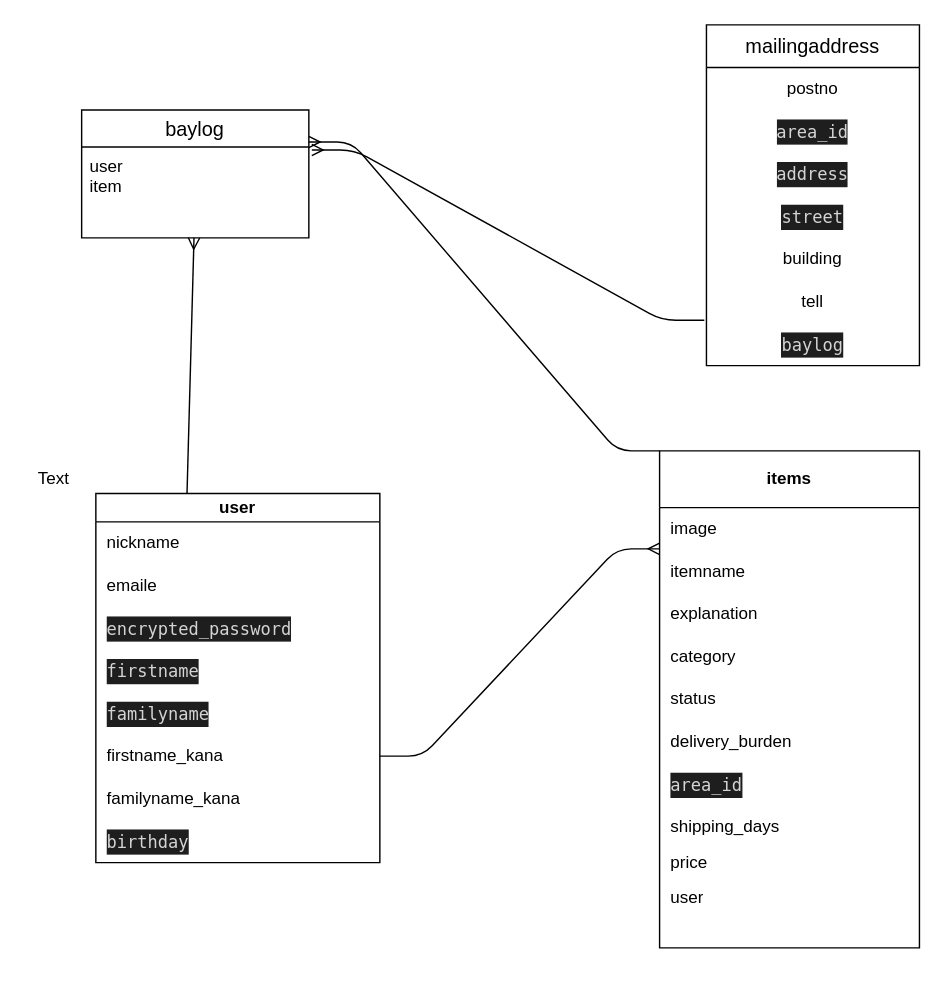
Earlier version of the draw.io diagram page "ページ1" (1 of 2) of furima.dio (Yuriman123/furima-32392). Source tidied: cells renumbered, new cells numbered last; positions are measured from the earlier drawing's top-left corner, leaving out a move shared by most shapes. Both pictures are drawn from the tidied source at 142%, with x=0, y=0 at pixel (24, 24).
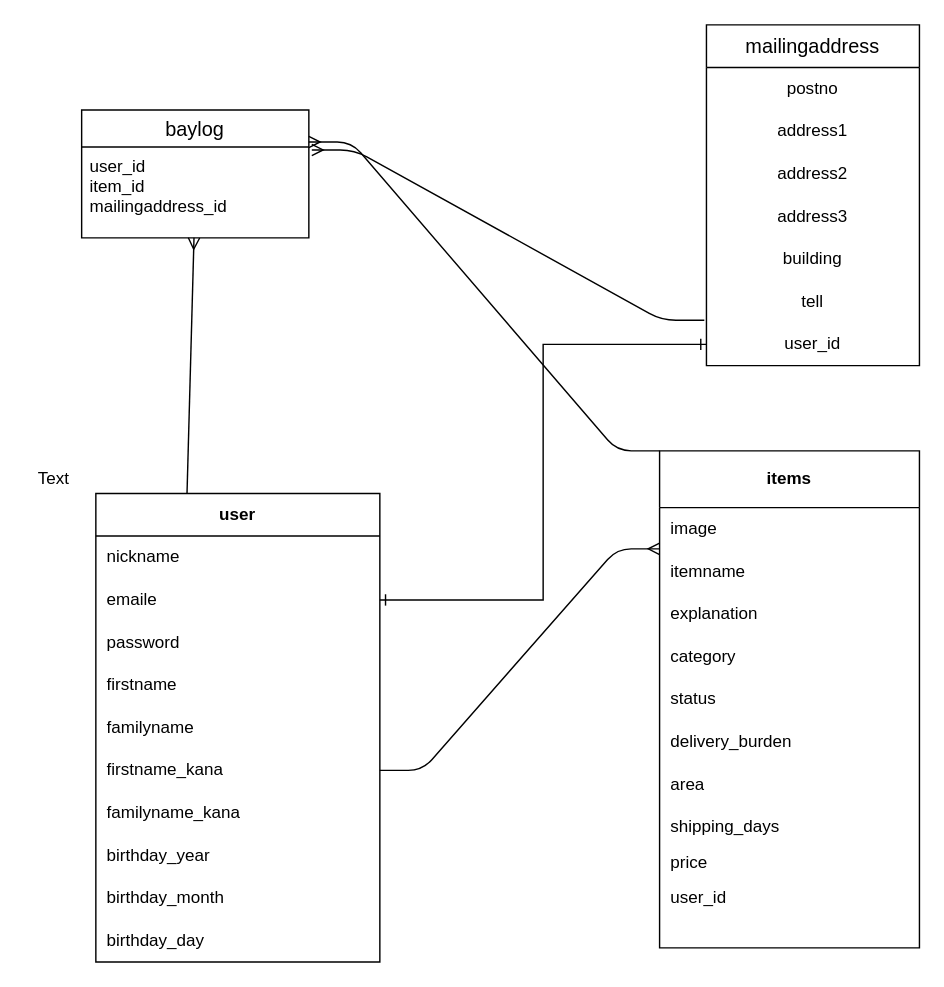
After the change.

Unchanged cells that the change refers to:
```xml
<mxCell id="15" style="shape=partialRectangle;html=1;whiteSpace=wrap;fillColor=none;top=0;left=0;bottom=0;right=0;" parent="2" vertex="1">
  <mxGeometry y="220" width="183" height="30" as="geometry" />
</mxCell>
<mxCell id="21" style="shape=partialRectangle;html=1;whiteSpace=wrap;fillColor=none;top=0;left=0;bottom=0;right=0;" parent="2" vertex="1">
  <mxGeometry y="300" width="183" height="30" as="geometry" />
</mxCell>
<mxCell id="40" value="baylog" style="swimlane;fontStyle=0;horizontal=1;startSize=26;align=center;fontSize=14;" parent="1" vertex="1">
  <mxGeometry x="40" y="60" width="160" height="90" as="geometry" />
</mxCell>
<mxCell id="45" style="shape=partialRectangle;html=1;whiteSpace=wrap;fillColor=none;top=0;left=0;bottom=0;right=0;" parent="42" vertex="1">
  <mxGeometry y="60" width="150" height="30" as="geometry" />
</mxCell>
<mxCell id="47" style="shape=partialRectangle;html=1;whiteSpace=wrap;fillColor=none;top=0;left=0;bottom=0;right=0;" parent="42" vertex="1">
  <mxGeometry y="90" width="150" height="30" as="geometry" />
</mxCell>
<mxCell id="49" style="shape=partialRectangle;html=1;whiteSpace=wrap;fillColor=none;top=0;left=0;bottom=0;right=0;" parent="42" vertex="1">
  <mxGeometry y="120" width="150" height="30" as="geometry" />
</mxCell>
<mxCell id="55" style="shape=partialRectangle;html=1;whiteSpace=wrap;fillColor=none;top=0;left=0;bottom=0;right=0;points=[[0,0.5],[1,0.5]];portConstraint=eastwest;" parent="42" vertex="1">
  <mxGeometry y="210" width="150" height="30" as="geometry" />
</mxCell>
```

What changed in the source:
```diff
@@
-    <mxCell id="16" value="&lt;div style=&quot;color: rgb(212 , 212 , 212) ; background-color: rgb(30 , 30 , 30) ; font-family: &amp;#34;menlo&amp;#34; , &amp;#34;monaco&amp;#34; , &amp;#34;courier new&amp;#34; , monospace ; line-height: 18px&quot;&gt;area_id&lt;/div&gt;" style="shape=partialRectangle;html=1;whiteSpace=wrap;fillColor=none;top=0;left=0;bottom=0;right=0;align=left;spacingLeft=6;overflow=hidden;" parent="15" vertex="1">
+    <mxCell id="16" value="area" style="shape=partialRectangle;html=1;whiteSpace=wrap;fillColor=none;top=0;left=0;bottom=0;right=0;align=left;spacingLeft=6;overflow=hidden;" parent="15" vertex="1">
       <mxGeometry width="183" height="30" as="geometry" />
     </mxCell>
@@
-    <mxCell id="22" value="user" style="shape=partialRectangle;html=1;whiteSpace=wrap;fillColor=none;top=0;left=0;bottom=0;right=0;align=left;spacingLeft=6;overflow=hidden;" parent="21" vertex="1">
+    <mxCell id="22" value="user_id" style="shape=partialRectangle;html=1;whiteSpace=wrap;fillColor=none;top=0;left=0;bottom=0;right=0;align=left;spacingLeft=6;overflow=hidden;" parent="21" vertex="1">
       <mxGeometry width="183" height="30" as="geometry" />
     </mxCell>
-    <mxCell id="23" value="user" style="shape=table;html=1;whiteSpace=wrap;startSize=20;childLayout=tableLayout;rowLines=0;fontStyle=1;align=center;" parent="1" vertex="1">
-      <mxGeometry x="50" y="330" width="200" height="260" as="geometry" />
+    <mxCell id="23" value="user" style="shape=table;html=1;whiteSpace=wrap;startSize=30;childLayout=tableLayout;rowLines=0;fontStyle=1;align=center;" parent="1" vertex="1">
+      <mxGeometry x="50" y="330" width="200" height="330" as="geometry" />
     </mxCell>
     <mxCell id="24" style="shape=partialRectangle;html=1;whiteSpace=wrap;fillColor=none;top=0;left=0;bottom=0;right=0;" parent="23" vertex="1">
-      <mxGeometry y="20" width="200" height="30" as="geometry" />
+      <mxGeometry y="30" width="200" height="30" as="geometry" />
     </mxCell>
@@
     <mxCell id="26" style="shape=partialRectangle;html=1;whiteSpace=wrap;fillColor=none;top=0;left=0;bottom=0;right=0;points=[[0,0.5],[1,0.5]];portConstraint=eastwest;" parent="23" vertex="1">
-      <mxGeometry y="50" width="200" height="30" as="geometry" />
+      <mxGeometry y="60" width="200" height="30" as="geometry" />
     </mxCell>
@@
     <mxCell id="28" style="shape=partialRectangle;html=1;whiteSpace=wrap;fillColor=none;top=0;left=0;bottom=0;right=0;" parent="23" vertex="1">
-      <mxGeometry y="80" width="200" height="30" as="geometry" />
+      <mxGeometry y="90" width="200" height="30" as="geometry" />
     </mxCell>
-    <mxCell id="29" value="&lt;div style=&quot;color: rgb(212 , 212 , 212) ; background-color: rgb(30 , 30 , 30) ; font-family: &amp;#34;menlo&amp;#34; , &amp;#34;monaco&amp;#34; , &amp;#34;courier new&amp;#34; , monospace ; line-height: 18px&quot;&gt; encrypted_password&lt;/div&gt;" style="shape=partialRectangle;html=1;whiteSpace=wrap;fillColor=none;top=0;left=0;bottom=0;right=0;align=left;spacingLeft=6;overflow=hidden;" parent="28" vertex="1">
+    <mxCell id="29" value="password" style="shape=partialRectangle;html=1;whiteSpace=wrap;fillColor=none;top=0;left=0;bottom=0;right=0;align=left;spacingLeft=6;overflow=hidden;" parent="28" vertex="1">
       <mxGeometry width="200" height="30" as="geometry" />
     </mxCell>
     <mxCell id="30" style="shape=partialRectangle;html=1;whiteSpace=wrap;fillColor=none;top=0;left=0;bottom=0;right=0;" parent="23" vertex="1">
-      <mxGeometry y="110" width="200" height="30" as="geometry" />
+      <mxGeometry y="120" width="200" height="30" as="geometry" />
     </mxCell>
-    <mxCell id="31" value="&lt;div style=&quot;color: rgb(212 , 212 , 212) ; background-color: rgb(30 , 30 , 30) ; font-family: &amp;#34;menlo&amp;#34; , &amp;#34;monaco&amp;#34; , &amp;#34;courier new&amp;#34; , monospace ; line-height: 18px&quot;&gt;firstname&lt;/div&gt;" style="shape=partialRectangle;html=1;whiteSpace=wrap;fillColor=none;top=0;left=0;bottom=0;right=0;align=left;spacingLeft=6;overflow=hidden;" parent="30" vertex="1">
+    <mxCell id="31" value="firstname" style="shape=partialRectangle;html=1;whiteSpace=wrap;fillColor=none;top=0;left=0;bottom=0;right=0;align=left;spacingLeft=6;overflow=hidden;" parent="30" vertex="1">
       <mxGeometry width="200" height="30" as="geometry" />
     </mxCell>
     <mxCell id="32" style="shape=partialRectangle;html=1;whiteSpace=wrap;fillColor=none;top=0;left=0;bottom=0;right=0;" parent="23" vertex="1">
-      <mxGeometry y="140" width="200" height="30" as="geometry" />
+      <mxGeometry y="150" width="200" height="30" as="geometry" />
     </mxCell>
-    <mxCell id="33" value="&lt;div style=&quot;color: rgb(212 , 212 , 212) ; background-color: rgb(30 , 30 , 30) ; font-family: &amp;#34;menlo&amp;#34; , &amp;#34;monaco&amp;#34; , &amp;#34;courier new&amp;#34; , monospace ; line-height: 18px&quot;&gt;familyname&lt;/div&gt;" style="shape=partialRectangle;html=1;whiteSpace=wrap;fillColor=none;top=0;left=0;bottom=0;right=0;align=left;spacingLeft=6;overflow=hidden;" parent="32" vertex="1">
+    <mxCell id="33" value="familyname" style="shape=partialRectangle;html=1;whiteSpace=wrap;fillColor=none;top=0;left=0;bottom=0;right=0;align=left;spacingLeft=6;overflow=hidden;" parent="32" vertex="1">
       <mxGeometry width="200" height="30" as="geometry" />
     </mxCell>
     <mxCell id="34" style="shape=partialRectangle;html=1;whiteSpace=wrap;fillColor=none;top=0;left=0;bottom=0;right=0;points=[[0,0.5],[1,0.5]];portConstraint=eastwest;" parent="23" vertex="1">
-      <mxGeometry y="170" width="200" height="30" as="geometry" />
+      <mxGeometry y="180" width="200" height="30" as="geometry" />
     </mxCell>
@@
     <mxCell id="36" style="shape=partialRectangle;html=1;whiteSpace=wrap;fillColor=none;top=0;left=0;bottom=0;right=0;" parent="23" vertex="1">
-      <mxGeometry y="200" width="200" height="30" as="geometry" />
+      <mxGeometry y="210" width="200" height="30" as="geometry" />
     </mxCell>
@@
     <mxCell id="38" style="shape=partialRectangle;html=1;whiteSpace=wrap;fillColor=none;top=0;left=0;bottom=0;right=0;" parent="23" vertex="1">
-      <mxGeometry y="230" width="200" height="30" as="geometry" />
+      <mxGeometry y="240" width="200" height="30" as="geometry" />
     </mxCell>
-    <mxCell id="39" value="&lt;div style=&quot;color: rgb(212 , 212 , 212) ; background-color: rgb(30 , 30 , 30) ; font-family: &amp;#34;menlo&amp;#34; , &amp;#34;monaco&amp;#34; , &amp;#34;courier new&amp;#34; , monospace ; line-height: 18px&quot;&gt;birthday &lt;/div&gt;" style="shape=partialRectangle;html=1;whiteSpace=wrap;fillColor=none;top=0;left=0;bottom=0;right=0;align=left;spacingLeft=6;overflow=hidden;" parent="38" vertex="1">
+    <mxCell id="39" value="birthday_year" style="shape=partialRectangle;html=1;whiteSpace=wrap;fillColor=none;top=0;left=0;bottom=0;right=0;align=left;spacingLeft=6;overflow=hidden;" parent="38" vertex="1">
       <mxGeometry width="200" height="30" as="geometry" />
     </mxCell>
+    <mxCell id="62" style="shape=partialRectangle;html=1;whiteSpace=wrap;fillColor=none;top=0;left=0;bottom=0;right=0;" parent="23" vertex="1">
+      <mxGeometry y="270" width="200" height="30" as="geometry" />
+    </mxCell>
+    <mxCell id="63" value="birthday_month" style="shape=partialRectangle;html=1;whiteSpace=wrap;fillColor=none;top=0;left=0;bottom=0;right=0;align=left;spacingLeft=6;overflow=hidden;" parent="62" vertex="1">
+      <mxGeometry width="200" height="30" as="geometry" />
+    </mxCell>
+    <mxCell id="64" style="shape=partialRectangle;html=1;whiteSpace=wrap;fillColor=none;top=0;left=0;bottom=0;right=0;" parent="23" vertex="1">
+      <mxGeometry y="300" width="200" height="30" as="geometry" />
+    </mxCell>
+    <mxCell id="65" value="birthday_day" style="shape=partialRectangle;html=1;whiteSpace=wrap;fillColor=none;top=0;left=0;bottom=0;right=0;align=left;spacingLeft=6;overflow=hidden;" parent="64" vertex="1">
+      <mxGeometry width="200" height="30" as="geometry" />
+    </mxCell>
@@
-    <mxCell id="41" value="user&#10;item" style="text;strokeColor=none;fillColor=none;spacingLeft=4;spacingRight=4;overflow=hidden;points=[[0,0.5],[1,0.5]];portConstraint=eastwest;fontSize=12;" parent="40" vertex="1">
+    <mxCell id="41" value="user_id&#10;item_id&#10;mailingaddress_id" style="text;strokeColor=none;fillColor=none;spacingLeft=4;spacingRight=4;overflow=hidden;points=[[0,0.5],[1,0.5]];portConstraint=eastwest;fontSize=12;" parent="40" vertex="1">
       <mxGeometry y="26" width="160" height="64" as="geometry" />
     </mxCell>
@@
-    <mxCell id="46" value="&lt;div style=&quot;color: rgb(212 , 212 , 212) ; background-color: rgb(30 , 30 , 30) ; font-family: &amp;#34;menlo&amp;#34; , &amp;#34;monaco&amp;#34; , &amp;#34;courier new&amp;#34; , monospace ; line-height: 18px&quot;&gt;area_id&lt;/div&gt;" style="shape=partialRectangle;html=1;whiteSpace=wrap;fillColor=none;top=0;left=0;bottom=0;right=0;overflow=hidden;" parent="45" vertex="1">
+    <mxCell id="46" value="address1" style="shape=partialRectangle;html=1;whiteSpace=wrap;fillColor=none;top=0;left=0;bottom=0;right=0;overflow=hidden;" parent="45" vertex="1">
       <mxGeometry width="150" height="30" as="geometry" />
     </mxCell>
@@
-    <mxCell id="48" value="&lt;div style=&quot;color: rgb(212 , 212 , 212) ; background-color: rgb(30 , 30 , 30) ; font-family: &amp;#34;menlo&amp;#34; , &amp;#34;monaco&amp;#34; , &amp;#34;courier new&amp;#34; , monospace ; line-height: 18px&quot;&gt;address&lt;/div&gt;" style="shape=partialRectangle;html=1;whiteSpace=wrap;fillColor=none;top=0;left=0;bottom=0;right=0;overflow=hidden;" parent="47" vertex="1">
+    <mxCell id="48" value="address2" style="shape=partialRectangle;html=1;whiteSpace=wrap;fillColor=none;top=0;left=0;bottom=0;right=0;overflow=hidden;" parent="47" vertex="1">
       <mxGeometry width="150" height="30" as="geometry" />
     </mxCell>
@@
-    <mxCell id="50" value="&lt;div style=&quot;color: rgb(212 , 212 , 212) ; background-color: rgb(30 , 30 , 30) ; font-family: &amp;#34;menlo&amp;#34; , &amp;#34;monaco&amp;#34; , &amp;#34;courier new&amp;#34; , monospace ; line-height: 18px&quot;&gt;street &lt;/div&gt;" style="shape=partialRectangle;html=1;whiteSpace=wrap;fillColor=none;top=0;left=0;bottom=0;right=0;overflow=hidden;" parent="49" vertex="1">
+    <mxCell id="50" value="address3" style="shape=partialRectangle;html=1;whiteSpace=wrap;fillColor=none;top=0;left=0;bottom=0;right=0;overflow=hidden;" parent="49" vertex="1">
       <mxGeometry width="150" height="30" as="geometry" />
     </mxCell>
@@
-    <mxCell id="56" value="&lt;div style=&quot;color: rgb(212 , 212 , 212) ; background-color: rgb(30 , 30 , 30) ; font-family: &amp;#34;menlo&amp;#34; , &amp;#34;monaco&amp;#34; , &amp;#34;courier new&amp;#34; , monospace ; line-height: 18px&quot;&gt;baylog&lt;/div&gt;" style="shape=partialRectangle;html=1;whiteSpace=wrap;fillColor=none;top=0;left=0;bottom=0;right=0;overflow=hidden;" parent="55" vertex="1">
+    <mxCell id="56" value="user_id" style="shape=partialRectangle;html=1;whiteSpace=wrap;fillColor=none;top=0;left=0;bottom=0;right=0;overflow=hidden;" parent="55" vertex="1">
       <mxGeometry width="150" height="30" as="geometry" />
     </mxCell>
@@
+    <mxCell id="66" style="edgeStyle=orthogonalEdgeStyle;rounded=0;jettySize=auto;html=1;exitX=1;exitY=0.5;exitDx=0;exitDy=0;entryX=0;entryY=0.5;entryDx=0;entryDy=0;endArrow=ERone;endFill=0;strokeWidth=1;startArrow=ERone;startFill=0;" parent="1" edge="1" source="26" target="55">
+      <mxGeometry relative="1" as="geometry" />
+    </mxCell>
```
